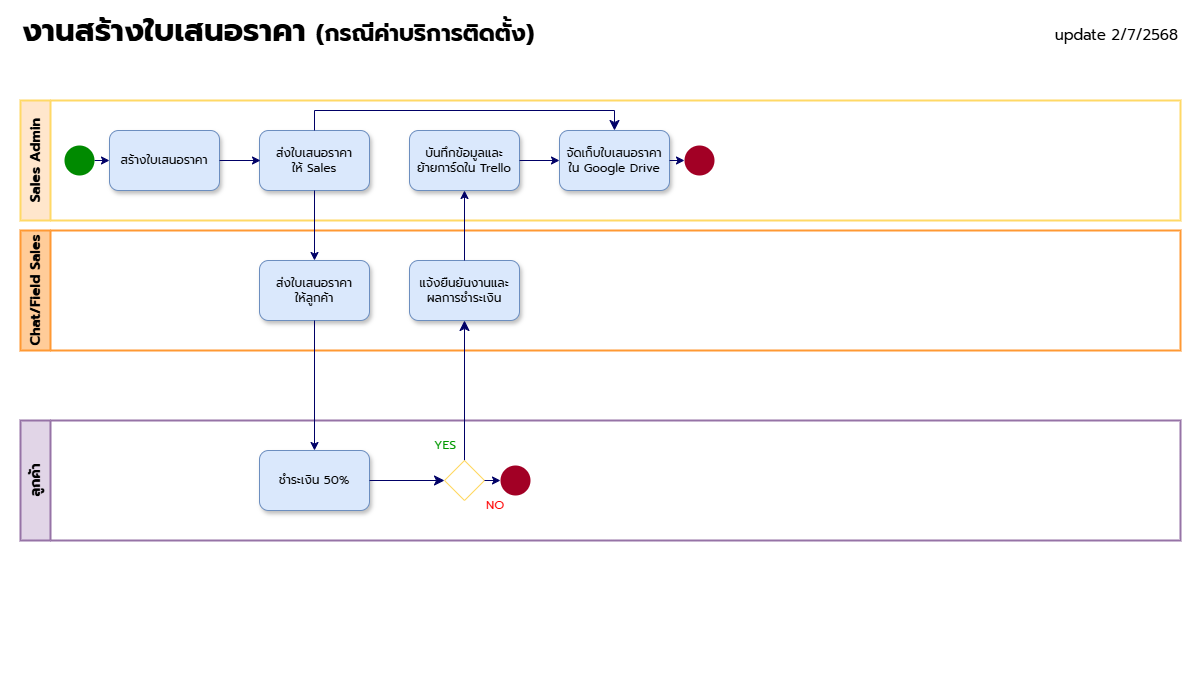
Earlier version of the draw.io export m6-1.png (D-Excel/work-process). Source tidied: cells renumbered, new cells last; positions are measured from the earlier drawing's top-left corner, leaving out a move shared by most shapes. Source of this version:
```xml
<mxGraphModel>
  <root>
    <mxCell id="0" />
    <mxCell id="1" parent="0" />
    <mxCell id="2" value="งานสร้างใบเสนอราคา &lt;font style=&quot;font-size: 23px;&quot;&gt;(กรณีค่าบริการติดตั้ง)&lt;/font&gt;" style="text;html=1;align=left;verticalAlign=middle;whiteSpace=wrap;rounded=0;fontFamily=prompt;fontSource=https%3A%2F%2Ffonts.googleapis.com%2Fcss%3Ffamily%3Dprompt;fontSize=31;fontStyle=1;" parent="1" vertex="1">
      <mxGeometry width="980" height="40" as="geometry" />
    </mxCell>
    <mxCell id="3" value="&lt;font face=&quot;prompt&quot;&gt;Sales Admin&lt;/font&gt;" style="swimlane;horizontal=0;whiteSpace=wrap;html=1;fillColor=#ffe6cc;strokeColor=#FFD966;fontSize=14;startSize=30;strokeWidth=2;" parent="1" vertex="1">
      <mxGeometry y="90" width="1160" height="120" as="geometry" />
    </mxCell>
    <mxCell id="4" value="สร้างใบเสนอราคา" style="rounded=1;whiteSpace=wrap;html=1;fontFamily=prompt;fontSource=https%3A%2F%2Ffonts.googleapis.com%2Fcss%3Ffamily%3Dprompt;fontStyle=0;fillColor=#dae8fc;strokeColor=#6c8ebf;shadow=1;" parent="3" vertex="1">
      <mxGeometry x="89" y="30" width="110" height="60" as="geometry" />
    </mxCell>
    <mxCell id="5" value="ส่งใบเสนอราคา&lt;br&gt;ให้ Sales" style="rounded=1;whiteSpace=wrap;html=1;fontFamily=prompt;fontSource=https%3A%2F%2Ffonts.googleapis.com%2Fcss%3Ffamily%3Dprompt;fontStyle=0;fillColor=#dae8fc;strokeColor=#6c8ebf;shadow=1;" parent="3" vertex="1">
      <mxGeometry x="239" y="30" width="110" height="60" as="geometry" />
    </mxCell>
    <mxCell id="6" value="&lt;span style=&quot;background-color: transparent; color: light-dark(rgb(0, 0, 0), rgb(255, 255, 255));&quot;&gt;บันทึกข้อมูลและ&lt;/span&gt;&lt;div&gt;ย้ายการ์ดใน Trello&lt;/div&gt;" style="rounded=1;whiteSpace=wrap;html=1;fontFamily=prompt;fontSource=https%3A%2F%2Ffonts.googleapis.com%2Fcss%3Ffamily%3Dprompt;fontStyle=0;fillColor=#dae8fc;strokeColor=#6c8ebf;shadow=1;" parent="3" vertex="1">
      <mxGeometry x="389" y="30" width="110" height="60" as="geometry" />
    </mxCell>
    <mxCell id="7" style="endArrow=classic;html=1;rounded=0;exitX=1;exitY=0.5;exitDx=0;exitDy=0;strokeColor=#000066;" parent="3" edge="1" source="4">
      <mxGeometry relative="1" as="geometry">
        <mxPoint x="240" y="60" as="targetPoint" />
      </mxGeometry>
    </mxCell>
    <mxCell id="8" value="จัดเก็บใบเสนอราคา&lt;br&gt;ใน Google Drive" style="rounded=1;whiteSpace=wrap;html=1;fontFamily=prompt;fontSource=https%3A%2F%2Ffonts.googleapis.com%2Fcss%3Ffamily%3Dprompt;fontStyle=0;fillColor=#dae8fc;strokeColor=#6c8ebf;shadow=1;" parent="3" vertex="1">
      <mxGeometry x="539" y="30" width="110" height="60" as="geometry" />
    </mxCell>
    <mxCell id="9" style="endArrow=classic;html=1;rounded=0;strokeColor=#000066;entryX=0;entryY=0.5;entryDx=0;entryDy=0;exitX=1;exitY=0.5;exitDx=0;exitDy=0;" parent="3" edge="1" source="6" target="8">
      <mxGeometry relative="1" as="geometry" />
    </mxCell>
    <mxCell id="10" style="endArrow=classic;html=1;rounded=0;entryX=0;entryY=0.5;entryDx=0;entryDy=0;strokeColor=#000066;exitX=1;exitY=0.5;exitDx=0;exitDy=0;" parent="3" edge="1" source="8" target="11">
      <mxGeometry relative="1" as="geometry" />
    </mxCell>
    <mxCell id="11" style="ellipse;whiteSpace=wrap;html=1;fillColor=#a20025;fontColor=#ffffff;strokeColor=none;" parent="3" vertex="1">
      <mxGeometry x="664" y="45" width="30" height="30" as="geometry" />
    </mxCell>
    <mxCell id="12" style="endArrow=classic;html=1;rounded=0;exitX=1;exitY=0.5;exitDx=0;exitDy=0;entryX=0;entryY=0.5;entryDx=0;entryDy=0;strokeColor=#000066;" parent="3" edge="1" source="13">
      <mxGeometry relative="1" as="geometry">
        <mxPoint x="89" y="60" as="targetPoint" />
      </mxGeometry>
    </mxCell>
    <mxCell id="13" style="ellipse;whiteSpace=wrap;html=1;fillColor=#008a00;fontColor=#ffffff;strokeColor=none;" parent="3" vertex="1">
      <mxGeometry x="44" y="45" width="30" height="30" as="geometry" />
    </mxCell>
    <mxCell id="14" style="edgeStyle=elbowEdgeStyle;elbow=horizontal;endArrow=classic;html=1;curved=0;rounded=0;endSize=8;startSize=8;exitX=0.5;exitY=0;exitDx=0;exitDy=0;entryX=0.5;entryY=0;entryDx=0;entryDy=0;strokeColor=#000066;" parent="3" edge="1" source="5" target="8">
      <mxGeometry relative="1" as="geometry">
        <Array as="points">
          <mxPoint x="440" y="10" />
        </Array>
      </mxGeometry>
    </mxCell>
    <mxCell id="15" value="&lt;font face=&quot;prompt&quot;&gt;Chat/Field Sales&lt;/font&gt;" style="swimlane;horizontal=0;whiteSpace=wrap;html=1;fillColor=#FFCC99;strokeColor=#FF9933;fontSize=14;startSize=30;strokeWidth=2;" parent="1" vertex="1">
      <mxGeometry y="220" width="1160" height="120" as="geometry" />
    </mxCell>
    <mxCell id="16" value="ส่งใบเสนอราคา&lt;br&gt;ให้ลูกค้า" style="rounded=1;whiteSpace=wrap;html=1;fontFamily=prompt;fontSource=https%3A%2F%2Ffonts.googleapis.com%2Fcss%3Ffamily%3Dprompt;fontStyle=0;fillColor=#dae8fc;strokeColor=#6c8ebf;shadow=1;" parent="15" vertex="1">
      <mxGeometry x="239" y="30" width="110" height="60" as="geometry" />
    </mxCell>
    <mxCell id="17" value="แจ้งยืนยันงานและ&lt;br&gt;ผลการชำระเงิน" style="rounded=1;whiteSpace=wrap;html=1;fontFamily=prompt;fontSource=https%3A%2F%2Ffonts.googleapis.com%2Fcss%3Ffamily%3Dprompt;fontStyle=0;fillColor=#dae8fc;strokeColor=#6c8ebf;shadow=1;" parent="15" vertex="1">
      <mxGeometry x="389" y="30" width="110" height="60" as="geometry" />
    </mxCell>
    <mxCell id="18" value="&lt;font face=&quot;prompt&quot;&gt;ลูกค้า&lt;/font&gt;" style="swimlane;horizontal=0;whiteSpace=wrap;html=1;fillColor=#e1d5e7;strokeColor=#9673a6;fontSize=14;startSize=30;strokeWidth=2;" parent="1" vertex="1">
      <mxGeometry y="410" width="1160" height="120" as="geometry" />
    </mxCell>
    <mxCell id="19" value="ชำระเงิน 50%" style="rounded=1;whiteSpace=wrap;html=1;fontFamily=prompt;fontSource=https%3A%2F%2Ffonts.googleapis.com%2Fcss%3Ffamily%3Dprompt;fontStyle=0;fillColor=#dae8fc;strokeColor=#6c8ebf;shadow=1;" parent="18" vertex="1">
      <mxGeometry x="239" y="30" width="110" height="60" as="geometry" />
    </mxCell>
    <mxCell id="20" style="ellipse;whiteSpace=wrap;html=1;fillColor=#a20025;fontColor=#ffffff;strokeColor=none;" parent="18" vertex="1">
      <mxGeometry x="480" y="45" width="30" height="30" as="geometry" />
    </mxCell>
    <mxCell id="21" value="&lt;font style=&quot;&quot;&gt;YES&lt;/font&gt;" style="text;html=1;align=center;verticalAlign=middle;whiteSpace=wrap;rounded=0;fontFamily=prompt;fontSource=https%3A%2F%2Ffonts.googleapis.com%2Fcss%3Ffamily%3Dprompt;fontColor=#009900;" parent="18" vertex="1">
      <mxGeometry x="410" y="10" width="30" height="30" as="geometry" />
    </mxCell>
    <mxCell id="22" value="NO" style="text;html=1;align=center;verticalAlign=middle;whiteSpace=wrap;rounded=0;fontFamily=prompt;fontSource=https%3A%2F%2Ffonts.googleapis.com%2Fcss%3Ffamily%3Dprompt;fontColor=#FF0000;" parent="18" vertex="1">
      <mxGeometry x="460" y="70" width="30" height="30" as="geometry" />
    </mxCell>
    <mxCell id="23" value="update 2/7/2568" style="text;html=1;align=right;verticalAlign=middle;whiteSpace=wrap;rounded=0;fontFamily=prompt;fontSource=https%3A%2F%2Ffonts.googleapis.com%2Fcss%3Ffamily%3Dprompt;fontSize=15;fontStyle=0;" parent="1" vertex="1">
      <mxGeometry x="900" y="4" width="260" height="40" as="geometry" />
    </mxCell>
    <mxCell id="24" style="endArrow=classic;html=1;rounded=0;exitX=0.5;exitY=1;exitDx=0;exitDy=0;entryX=0.5;entryY=0;entryDx=0;entryDy=0;strokeColor=#000066;" parent="1" edge="1" source="5" target="16">
      <mxGeometry relative="1" as="geometry" />
    </mxCell>
    <mxCell id="25" style="endArrow=classic;html=1;rounded=0;exitX=0.5;exitY=1;exitDx=0;exitDy=0;entryX=0.5;entryY=0;entryDx=0;entryDy=0;strokeColor=#000066;" parent="1" edge="1" source="16" target="19">
      <mxGeometry relative="1" as="geometry" />
    </mxCell>
    <mxCell id="26" style="edgeStyle=segmentEdgeStyle;endArrow=classic;html=1;curved=0;rounded=0;endSize=8;startSize=8;strokeColor=#000066;exitX=0.5;exitY=0;exitDx=0;exitDy=0;entryX=0.5;entryY=1;entryDx=0;entryDy=0;" parent="1" edge="1" source="29" target="17">
      <mxGeometry relative="1" as="geometry" />
    </mxCell>
    <mxCell id="27" style="endArrow=classic;html=1;rounded=0;strokeColor=#000066;entryX=0.5;entryY=1;entryDx=0;entryDy=0;exitX=0.5;exitY=0;exitDx=0;exitDy=0;" parent="1" edge="1" source="17" target="6">
      <mxGeometry relative="1" as="geometry" />
    </mxCell>
    <mxCell id="28" style="edgeStyle=segmentEdgeStyle;endArrow=classic;html=1;curved=0;rounded=0;endSize=8;startSize=8;strokeColor=#000066;exitX=1;exitY=0.5;exitDx=0;exitDy=0;entryX=0;entryY=0.5;entryDx=0;entryDy=0;" parent="1" edge="1" source="19" target="29">
      <mxGeometry relative="1" as="geometry" />
    </mxCell>
    <mxCell id="29" style="rhombus;whiteSpace=wrap;html=1;fillColor=none;strokeColor=#FFD966;" parent="1" vertex="1">
      <mxGeometry x="424" y="450" width="40" height="40" as="geometry" />
    </mxCell>
    <mxCell id="30" style="endArrow=classic;html=1;rounded=0;entryX=0;entryY=0.5;entryDx=0;entryDy=0;exitX=1;exitY=0.5;exitDx=0;exitDy=0;strokeColor=#000066;" parent="1" edge="1" source="29" target="20">
      <mxGeometry relative="1" as="geometry" />
    </mxCell>
  </root>
</mxGraphModel>
```
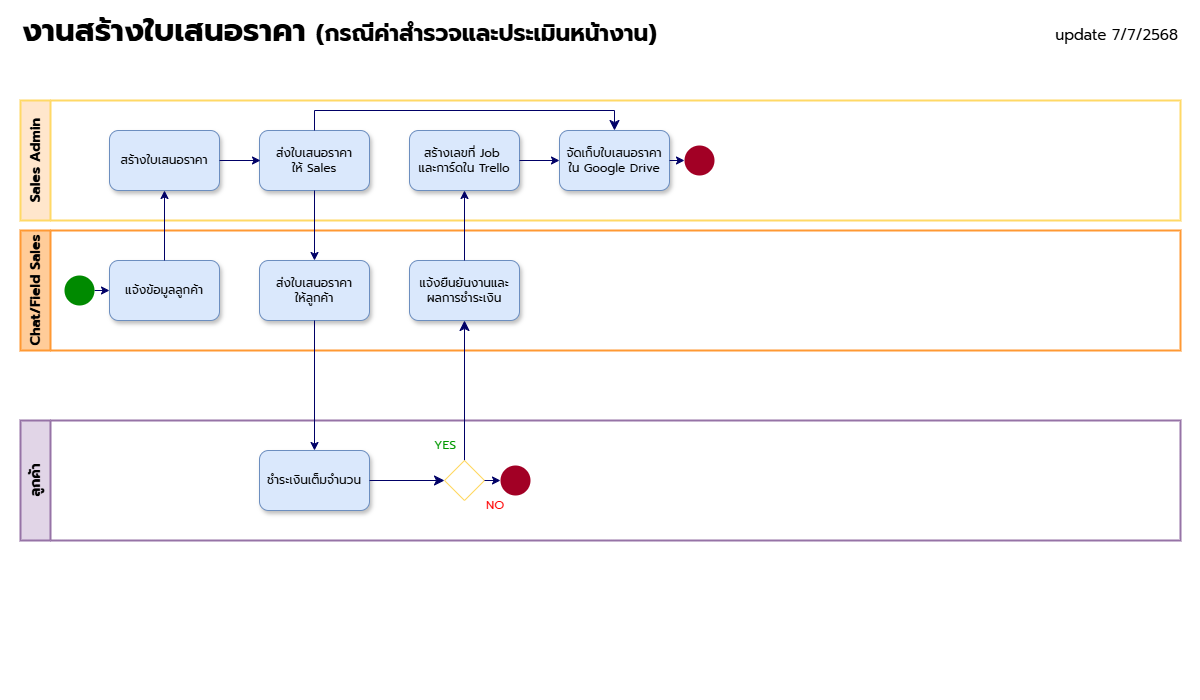
The same diagram one commit later.

Diff of the diagram source:
```diff
@@ -2,7 +2,7 @@
   <root>
     <mxCell id="0" />
     <mxCell id="1" parent="0" />
-    <mxCell id="2" value="งานสร้างใบเสนอราคา &lt;font style=&quot;font-size: 23px;&quot;&gt;(กรณีค่าบริการติดตั้ง)&lt;/font&gt;" style="text;html=1;align=left;verticalAlign=middle;whiteSpace=wrap;rounded=0;fontFamily=prompt;fontSource=https%3A%2F%2Ffonts.googleapis.com%2Fcss%3Ffamily%3Dprompt;fontSize=31;fontStyle=1;" parent="1" vertex="1">
+    <mxCell id="2" value="งานสร้างใบเสนอราคา &lt;font style=&quot;font-size: 23px;&quot;&gt;(กรณีค่าสำรวจและประเมินหน้างาน)&lt;/font&gt;" style="text;html=1;align=left;verticalAlign=middle;whiteSpace=wrap;rounded=0;fontFamily=prompt;fontSource=https%3A%2F%2Ffonts.googleapis.com%2Fcss%3Ffamily%3Dprompt;fontSize=31;fontStyle=1;" parent="1" vertex="1">
       <mxGeometry width="980" height="40" as="geometry" />
     </mxCell>
     <mxCell id="3" value="&lt;font face=&quot;prompt&quot;&gt;Sales Admin&lt;/font&gt;" style="swimlane;horizontal=0;whiteSpace=wrap;html=1;fillColor=#ffe6cc;strokeColor=#FFD966;fontSize=14;startSize=30;strokeWidth=2;" parent="1" vertex="1">
@@ -14,7 +14,7 @@
     <mxCell id="5" value="ส่งใบเสนอราคา&lt;br&gt;ให้ Sales" style="rounded=1;whiteSpace=wrap;html=1;fontFamily=prompt;fontSource=https%3A%2F%2Ffonts.googleapis.com%2Fcss%3Ffamily%3Dprompt;fontStyle=0;fillColor=#dae8fc;strokeColor=#6c8ebf;shadow=1;" parent="3" vertex="1">
       <mxGeometry x="239" y="30" width="110" height="60" as="geometry" />
     </mxCell>
-    <mxCell id="6" value="&lt;span style=&quot;background-color: transparent; color: light-dark(rgb(0, 0, 0), rgb(255, 255, 255));&quot;&gt;บันทึกข้อมูลและ&lt;/span&gt;&lt;div&gt;ย้ายการ์ดใน Trello&lt;/div&gt;" style="rounded=1;whiteSpace=wrap;html=1;fontFamily=prompt;fontSource=https%3A%2F%2Ffonts.googleapis.com%2Fcss%3Ffamily%3Dprompt;fontStyle=0;fillColor=#dae8fc;strokeColor=#6c8ebf;shadow=1;" parent="3" vertex="1">
+    <mxCell id="6" value="สร้างเลขที่ Job&amp;nbsp;&lt;div&gt;และการ์ดใน Trello&lt;/div&gt;" style="rounded=1;whiteSpace=wrap;html=1;fontFamily=prompt;fontSource=https%3A%2F%2Ffonts.googleapis.com%2Fcss%3Ffamily%3Dprompt;fontStyle=0;fillColor=#dae8fc;strokeColor=#6c8ebf;shadow=1;" parent="3" vertex="1">
       <mxGeometry x="389" y="30" width="110" height="60" as="geometry" />
     </mxCell>
     <mxCell id="7" style="endArrow=classic;html=1;rounded=0;exitX=1;exitY=0.5;exitDx=0;exitDy=0;strokeColor=#000066;" parent="3" edge="1" source="4">
@@ -34,24 +34,27 @@
     <mxCell id="11" style="ellipse;whiteSpace=wrap;html=1;fillColor=#a20025;fontColor=#ffffff;strokeColor=none;" parent="3" vertex="1">
       <mxGeometry x="664" y="45" width="30" height="30" as="geometry" />
     </mxCell>
+    <mxCell id="14" style="edgeStyle=elbowEdgeStyle;elbow=horizontal;endArrow=classic;html=1;curved=0;rounded=0;endSize=8;startSize=8;exitX=0.5;exitY=0;exitDx=0;exitDy=0;entryX=0.5;entryY=0;entryDx=0;entryDy=0;strokeColor=#000066;" parent="3" edge="1" source="5" target="8">
+      <mxGeometry relative="1" as="geometry">
+        <Array as="points">
+          <mxPoint x="450" y="10" />
+        </Array>
+      </mxGeometry>
+    </mxCell>
+    <mxCell id="15" value="&lt;font face=&quot;prompt&quot;&gt;Chat/Field Sales&lt;/font&gt;" style="swimlane;horizontal=0;whiteSpace=wrap;html=1;fillColor=#FFCC99;strokeColor=#FF9933;fontSize=14;startSize=30;strokeWidth=2;fontColor=#000000;" parent="1" vertex="1">
+      <mxGeometry y="220" width="1160" height="120" as="geometry" />
+    </mxCell>
+    <mxCell id="31" value="แจ้งข้อมูลลูกค้า" style="rounded=1;whiteSpace=wrap;html=1;fontFamily=prompt;fontSource=https%3A%2F%2Ffonts.googleapis.com%2Fcss%3Ffamily%3Dprompt;fontStyle=0;fillColor=#dae8fc;strokeColor=#6c8ebf;shadow=1;" parent="15" vertex="1">
+      <mxGeometry x="89" y="30" width="110" height="60" as="geometry" />
+    </mxCell>
-    <mxCell id="12" style="endArrow=classic;html=1;rounded=0;exitX=1;exitY=0.5;exitDx=0;exitDy=0;entryX=0;entryY=0.5;entryDx=0;entryDy=0;strokeColor=#000066;" parent="3" edge="1" source="13">
+    <mxCell id="12" style="endArrow=classic;html=1;rounded=0;exitX=1;exitY=0.5;exitDx=0;exitDy=0;entryX=0;entryY=0.5;entryDx=0;entryDy=0;strokeColor=#000066;" parent="15" edge="1" source="13">
       <mxGeometry relative="1" as="geometry">
         <mxPoint x="89" y="60" as="targetPoint" />
       </mxGeometry>
     </mxCell>
-    <mxCell id="13" style="ellipse;whiteSpace=wrap;html=1;fillColor=#008a00;fontColor=#ffffff;strokeColor=none;" parent="3" vertex="1">
+    <mxCell id="13" style="ellipse;whiteSpace=wrap;html=1;fillColor=#008a00;fontColor=#ffffff;strokeColor=none;" parent="15" vertex="1">
       <mxGeometry x="44" y="45" width="30" height="30" as="geometry" />
     </mxCell>
-    <mxCell id="14" style="edgeStyle=elbowEdgeStyle;elbow=horizontal;endArrow=classic;html=1;curved=0;rounded=0;endSize=8;startSize=8;exitX=0.5;exitY=0;exitDx=0;exitDy=0;entryX=0.5;entryY=0;entryDx=0;entryDy=0;strokeColor=#000066;" parent="3" edge="1" source="5" target="8">
-      <mxGeometry relative="1" as="geometry">
-        <Array as="points">
-          <mxPoint x="440" y="10" />
-        </Array>
-      </mxGeometry>
-    </mxCell>
-    <mxCell id="15" value="&lt;font face=&quot;prompt&quot;&gt;Chat/Field Sales&lt;/font&gt;" style="swimlane;horizontal=0;whiteSpace=wrap;html=1;fillColor=#FFCC99;strokeColor=#FF9933;fontSize=14;startSize=30;strokeWidth=2;" parent="1" vertex="1">
-      <mxGeometry y="220" width="1160" height="120" as="geometry" />
-    </mxCell>
     <mxCell id="16" value="ส่งใบเสนอราคา&lt;br&gt;ให้ลูกค้า" style="rounded=1;whiteSpace=wrap;html=1;fontFamily=prompt;fontSource=https%3A%2F%2Ffonts.googleapis.com%2Fcss%3Ffamily%3Dprompt;fontStyle=0;fillColor=#dae8fc;strokeColor=#6c8ebf;shadow=1;" parent="15" vertex="1">
       <mxGeometry x="239" y="30" width="110" height="60" as="geometry" />
     </mxCell>
@@ -61,7 +64,7 @@
     <mxCell id="18" value="&lt;font face=&quot;prompt&quot;&gt;ลูกค้า&lt;/font&gt;" style="swimlane;horizontal=0;whiteSpace=wrap;html=1;fillColor=#e1d5e7;strokeColor=#9673a6;fontSize=14;startSize=30;strokeWidth=2;" parent="1" vertex="1">
       <mxGeometry y="410" width="1160" height="120" as="geometry" />
     </mxCell>
-    <mxCell id="19" value="ชำระเงิน 50%" style="rounded=1;whiteSpace=wrap;html=1;fontFamily=prompt;fontSource=https%3A%2F%2Ffonts.googleapis.com%2Fcss%3Ffamily%3Dprompt;fontStyle=0;fillColor=#dae8fc;strokeColor=#6c8ebf;shadow=1;" parent="18" vertex="1">
+    <mxCell id="19" value="ชำระเงินเต็มจำนวน" style="rounded=1;whiteSpace=wrap;html=1;fontFamily=prompt;fontSource=https%3A%2F%2Ffonts.googleapis.com%2Fcss%3Ffamily%3Dprompt;fontStyle=0;fillColor=#dae8fc;strokeColor=#6c8ebf;shadow=1;" parent="18" vertex="1">
       <mxGeometry x="239" y="30" width="110" height="60" as="geometry" />
     </mxCell>
     <mxCell id="20" style="ellipse;whiteSpace=wrap;html=1;fillColor=#a20025;fontColor=#ffffff;strokeColor=none;" parent="18" vertex="1">
@@ -73,7 +76,10 @@
     <mxCell id="22" value="NO" style="text;html=1;align=center;verticalAlign=middle;whiteSpace=wrap;rounded=0;fontFamily=prompt;fontSource=https%3A%2F%2Ffonts.googleapis.com%2Fcss%3Ffamily%3Dprompt;fontColor=#FF0000;" parent="18" vertex="1">
       <mxGeometry x="460" y="70" width="30" height="30" as="geometry" />
     </mxCell>
+    <mxCell id="32" style="endArrow=classic;html=1;rounded=0;strokeColor=#000066;entryX=0.5;entryY=1;entryDx=0;entryDy=0;exitX=0.5;exitY=0;exitDx=0;exitDy=0;" parent="1" edge="1" source="31" target="4">
+      <mxGeometry relative="1" as="geometry" />
+    </mxCell>
-    <mxCell id="23" value="update 2/7/2568" style="text;html=1;align=right;verticalAlign=middle;whiteSpace=wrap;rounded=0;fontFamily=prompt;fontSource=https%3A%2F%2Ffonts.googleapis.com%2Fcss%3Ffamily%3Dprompt;fontSize=15;fontStyle=0;" parent="1" vertex="1">
+    <mxCell id="23" value="update 7/7/2568" style="text;html=1;align=right;verticalAlign=middle;whiteSpace=wrap;rounded=0;fontFamily=prompt;fontSource=https%3A%2F%2Ffonts.googleapis.com%2Fcss%3Ffamily%3Dprompt;fontSize=15;fontStyle=0;" parent="1" vertex="1">
       <mxGeometry x="900" y="4" width="260" height="40" as="geometry" />
     </mxCell>
     <mxCell id="24" style="endArrow=classic;html=1;rounded=0;exitX=0.5;exitY=1;exitDx=0;exitDy=0;entryX=0.5;entryY=0;entryDx=0;entryDy=0;strokeColor=#000066;" parent="1" edge="1" source="5" target="16">
```
